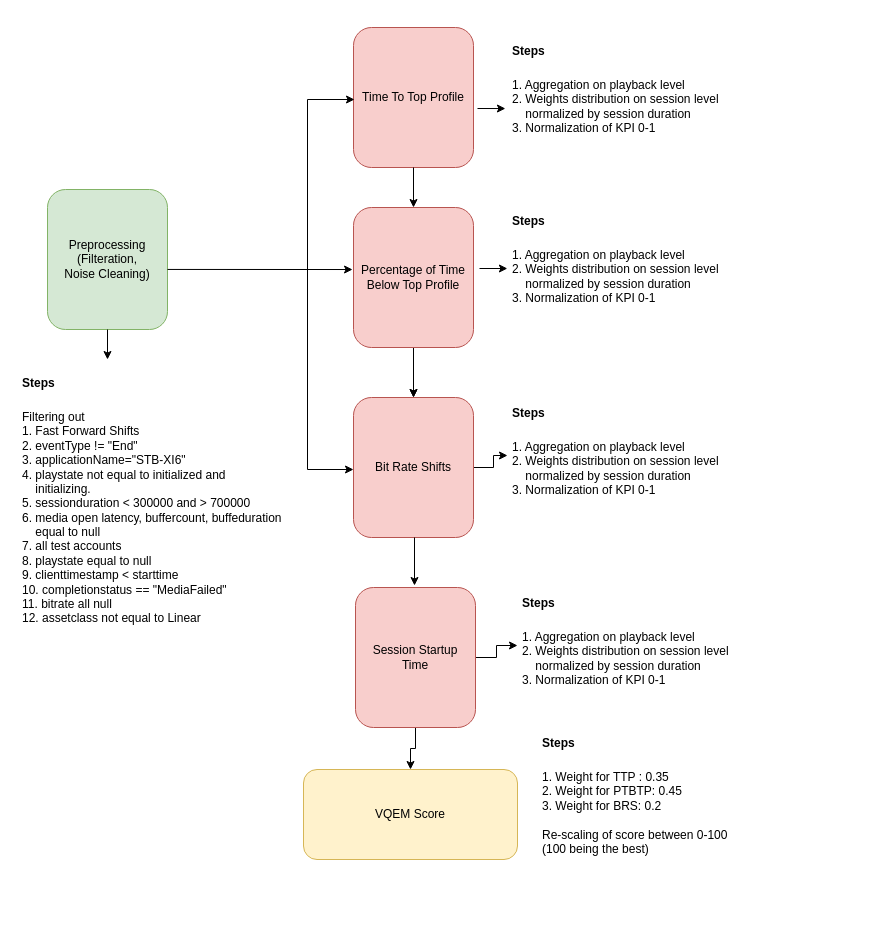
Earlier version of the draw.io diagram VQEM_architecture.drawio (VikramKarwal-Rogers/VQEM). Source tidied: cells renumbered, new cells numbered last; positions are measured from the earlier drawing's top-left corner, leaving out a move shared by most shapes. Both pictures are drawn from the tidied source at 100%, with x=0, y=0 at pixel (17, 27).
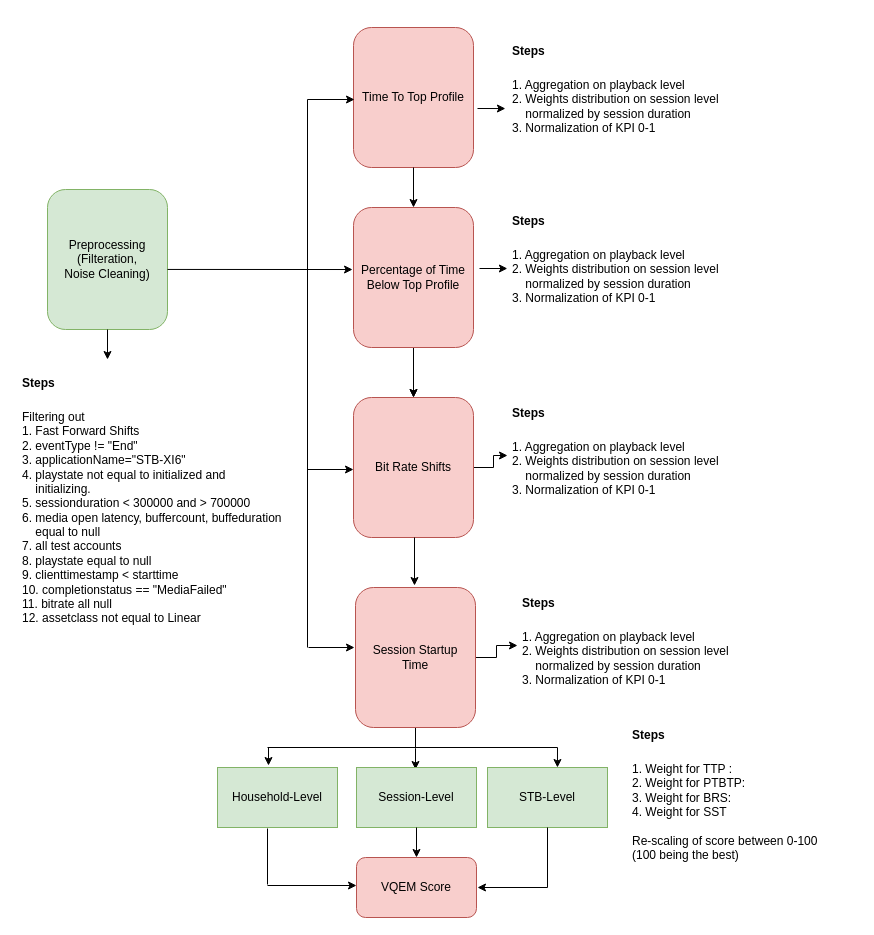
After the change.

Unchanged cells that the change refers to:
```xml
<mxCell id="27" value="Session Startup &lt;br&gt;Time" style="rounded=1;whiteSpace=wrap;html=1;fillColor=#f8cecc;strokeColor=#b85450;" parent="1" vertex="1">
  <mxGeometry x="338" y="560" width="120" height="140" as="geometry" />
</mxCell>
```

The edit, as a diff of the source:
```diff
@@
     <mxCell id="9" style="endArrow=none;html=1;" parent="1" edge="1">
       <mxGeometry relative="1" as="geometry">
-        <mxPoint x="290" y="442" as="sourcePoint" />
+        <mxPoint x="290" y="620" as="sourcePoint" />
         <mxPoint x="290" y="72" as="targetPoint" />
       </mxGeometry>
     </mxCell>
@@
-    <mxCell id="21" value="VQEM Score" style="rounded=1;whiteSpace=wrap;html=1;fillColor=#fff2cc;strokeColor=#d6b656;" parent="1" vertex="1">
-      <mxGeometry x="286" y="742" width="214" height="90" as="geometry" />
-    </mxCell>
-    <mxCell id="22" value="&lt;h1&gt;&lt;font style=&quot;font-size: 12px&quot;&gt;Steps&lt;/font&gt;&lt;/h1&gt;&lt;div&gt;1. Weight for TTP : 0.35&lt;/div&gt;&lt;div&gt;2. Weight for PTBTP: 0.45&lt;/div&gt;&lt;div&gt;3. Weight for BRS: 0.2&lt;/div&gt;&lt;div&gt;&lt;br&gt;&lt;/div&gt;&lt;div&gt;Re-scaling of score between 0-100&lt;/div&gt;&lt;div&gt;(100 being the best)&lt;/div&gt;" style="text;html=1;strokeColor=none;fillColor=none;spacing=5;spacingTop=-20;whiteSpace=wrap;overflow=hidden;rounded=0;" parent="1" vertex="1">
-      <mxGeometry x="520" y="691.5" width="230" height="151" as="geometry" />
+    <mxCell id="22" value="&lt;h1&gt;&lt;font style=&quot;font-size: 12px&quot;&gt;Steps&lt;/font&gt;&lt;/h1&gt;&lt;div&gt;1. Weight for TTP :&amp;nbsp;&lt;/div&gt;&lt;div&gt;2. Weight for PTBTP:&amp;nbsp;&lt;/div&gt;&lt;div&gt;3. Weight for BRS:&amp;nbsp;&lt;/div&gt;&lt;div&gt;4. Weight for SST&lt;/div&gt;&lt;div&gt;&lt;br&gt;&lt;/div&gt;&lt;div&gt;Re-scaling of score between 0-100&lt;/div&gt;&lt;div&gt;(100 being the best)&lt;/div&gt;" style="text;html=1;strokeColor=none;fillColor=none;spacing=5;spacingTop=-20;whiteSpace=wrap;overflow=hidden;rounded=0;" parent="1" vertex="1">
+      <mxGeometry x="610" y="684" width="230" height="151" as="geometry" />
     </mxCell>
@@
-    <mxCell id="26" style="edgeStyle=orthogonalEdgeStyle;rounded=0;jettySize=auto;html=1;" parent="1" edge="1" source="27" target="21">
-      <mxGeometry relative="1" as="geometry" />
+    <mxCell id="26" style="edgeStyle=orthogonalEdgeStyle;rounded=0;jettySize=auto;html=1;" parent="1" edge="1" source="27">
+      <mxGeometry relative="1" as="geometry">
+        <mxPoint x="398" y="742" as="targetPoint" />
+      </mxGeometry>
     </mxCell>
@@
+    <mxCell id="29" value="Household-Level" style="rounded=0;whiteSpace=wrap;html=1;fillColor=#d5e8d4;strokeColor=#82b366;" parent="1" vertex="1">
+      <mxGeometry x="200" y="740" width="120" height="60" as="geometry" />
+    </mxCell>
+    <mxCell id="30" style="endArrow=classic;html=1;" parent="1" edge="1">
+      <mxGeometry relative="1" as="geometry">
+        <mxPoint x="291" y="620" as="sourcePoint" />
+        <mxPoint x="337" y="620" as="targetPoint" />
+      </mxGeometry>
+    </mxCell>
+    <mxCell id="31" value="Session-Level" style="rounded=0;whiteSpace=wrap;html=1;fillColor=#d5e8d4;strokeColor=#82b366;" parent="1" vertex="1">
+      <mxGeometry x="339" y="740" width="120" height="60" as="geometry" />
+    </mxCell>
+    <mxCell id="32" value="STB-Level" style="rounded=0;whiteSpace=wrap;html=1;fillColor=#d5e8d4;strokeColor=#82b366;" parent="1" vertex="1">
+      <mxGeometry x="470" y="740" width="120" height="60" as="geometry" />
+    </mxCell>
+    <mxCell id="33" style="endArrow=none;html=1;" parent="1" edge="1">
+      <mxGeometry relative="1" as="geometry">
+        <mxPoint x="250" y="720" as="sourcePoint" />
+        <mxPoint x="540" y="720" as="targetPoint" />
+      </mxGeometry>
+    </mxCell>
+    <mxCell id="34" style="endArrow=classic;html=1;entryX=0.425;entryY=-0.033;entryDx=0;entryDy=0;entryPerimeter=0;" parent="1" edge="1" target="29">
+      <mxGeometry relative="1" as="geometry">
+        <mxPoint x="251" y="720" as="sourcePoint" />
+      </mxGeometry>
+    </mxCell>
+    <mxCell id="35" style="endArrow=classic;html=1;entryX=0.583;entryY=0;entryDx=0;entryDy=0;entryPerimeter=0;" parent="1" edge="1" target="32">
+      <mxGeometry relative="1" as="geometry">
+        <mxPoint x="540" y="720" as="sourcePoint" />
+      </mxGeometry>
+    </mxCell>
+    <mxCell id="21" value="VQEM Score" style="rounded=1;whiteSpace=wrap;html=1;fillColor=#f8cecc;strokeColor=#b85450;" parent="1" vertex="1">
+      <mxGeometry x="339" y="830" width="120" height="60" as="geometry" />
+    </mxCell>
+    <mxCell id="36" style="endArrow=classic;html=1;entryX=0.5;entryY=0;entryDx=0;entryDy=0;exitX=0.5;exitY=1;exitDx=0;exitDy=0;" parent="1" edge="1" source="31" target="21">
+      <mxGeometry relative="1" as="geometry" />
+    </mxCell>
+    <mxCell id="37" style="endArrow=none;html=1;entryX=0.417;entryY=1.067;entryDx=0;entryDy=0;entryPerimeter=0;" parent="1" edge="1">
+      <mxGeometry relative="1" as="geometry">
+        <mxPoint x="250" y="857" as="sourcePoint" />
+        <mxPoint x="250" y="801" as="targetPoint" />
+      </mxGeometry>
+    </mxCell>
+    <mxCell id="38" style="endArrow=classic;html=1;entryX=0;entryY=0.5;entryDx=0;entryDy=0;" parent="1" edge="1">
+      <mxGeometry relative="1" as="geometry">
+        <mxPoint x="250" y="858" as="sourcePoint" />
+        <mxPoint x="339" y="858" as="targetPoint" />
+      </mxGeometry>
+    </mxCell>
+    <mxCell id="39" style="endArrow=none;html=1;entryX=0.5;entryY=1;entryDx=0;entryDy=0;" parent="1" edge="1" target="32">
+      <mxGeometry relative="1" as="geometry">
+        <mxPoint x="530" y="860" as="sourcePoint" />
+      </mxGeometry>
+    </mxCell>
+    <mxCell id="40" style="endArrow=classic;html=1;" parent="1" edge="1">
+      <mxGeometry relative="1" as="geometry">
+        <mxPoint x="530" y="860" as="sourcePoint" />
+        <mxPoint x="460" y="860" as="targetPoint" />
+      </mxGeometry>
+    </mxCell>
```
